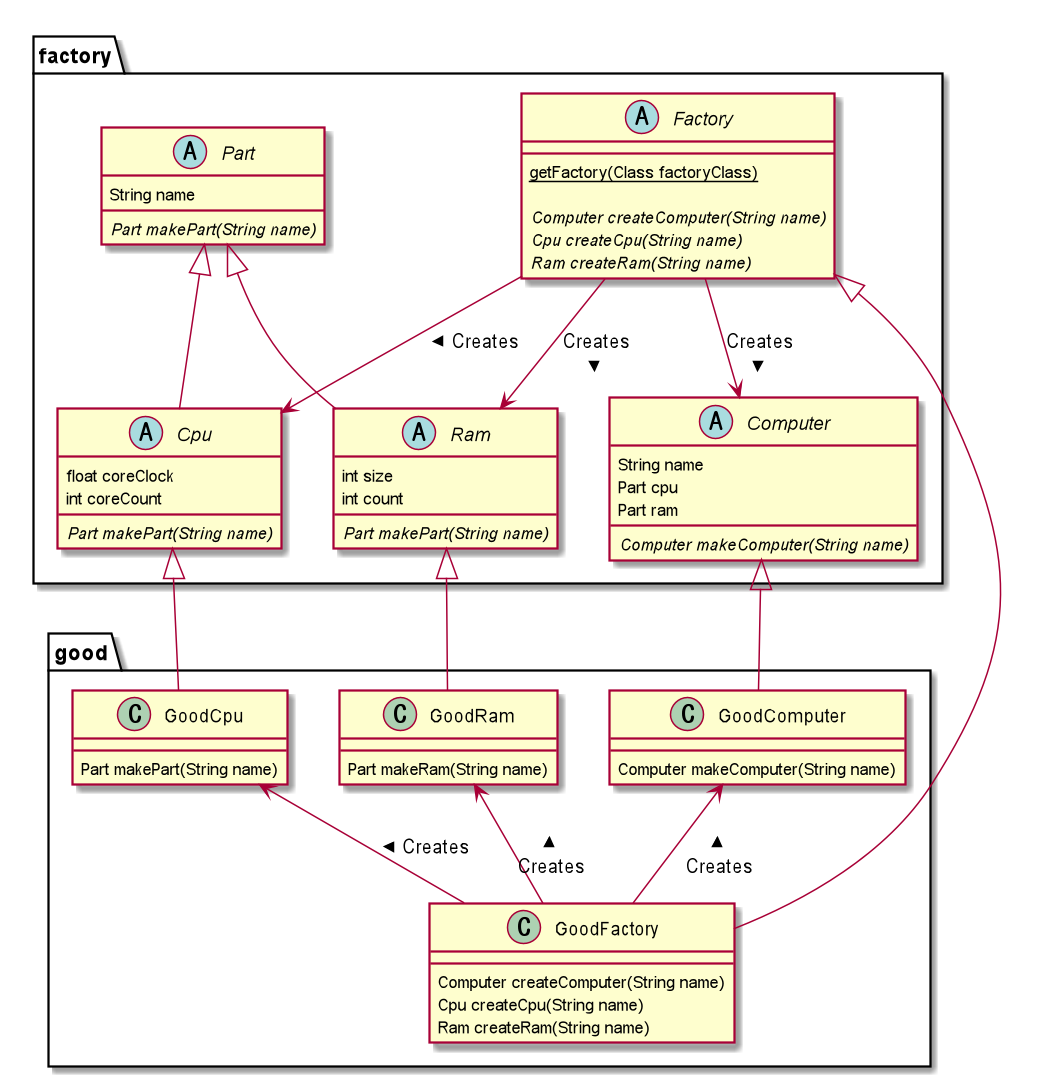
The PlantUML diagram img/designpattern/2/concept_abstractfactory_2.png in windowforsun/blog, before a commit.
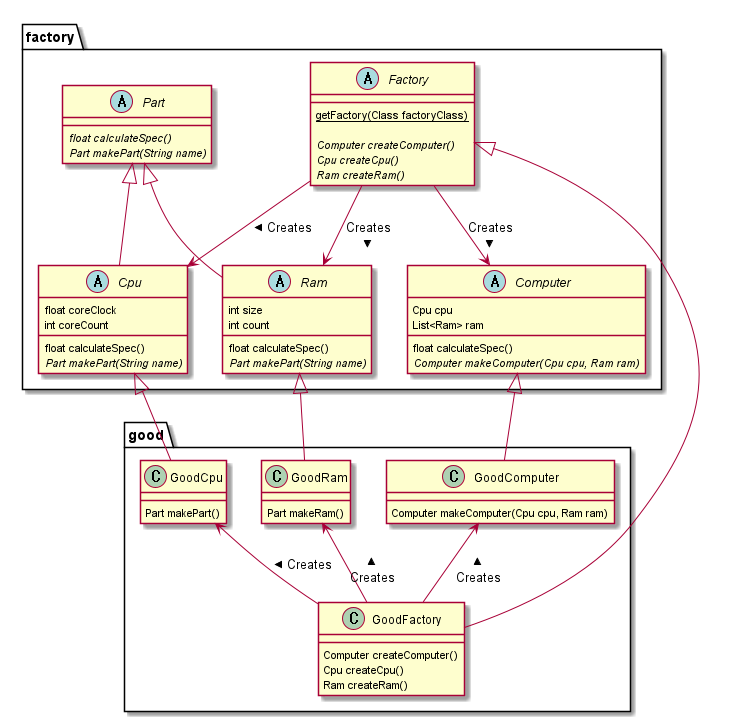
Above is the later version.

Commit message:
abstract factory 패턴 작성

Change to the diagram source:
```diff
@@ -2,8 +2,7 @@
 
 package factory <<Folder>> {
 	abstract class Part {
-		String name
-
+		{abstract} float calculateSpec()
 		{abstract} Part makePart(String name)
 	}
 
@@ -11,6 +10,7 @@
 		float coreClock
 		int coreCount
 
+		float calculateSpec()
 		{abstract} Part makePart(String name)
 	}
 
@@ -18,43 +18,44 @@
 		int size
 		int count
 
+		float calculateSpec()
 		{abstract} Part makePart(String name)
 	}
 
 	abstract class Computer {
-		String name
-		Part cpu
-		Part ram
+		Cpu cpu
+		List<Ram> ram
 
-		{abstract} Computer makeComputer(String name)
+		float calculateSpec()
+		{abstract} Computer makeComputer(Cpu cpu, Ram ram)
 	}
 
 	abstract class Factory {
 		{static} getFactory(Class factoryClass)
 
-		{abstract} Computer createComputer(String name)
-		{abstract} Cpu createCpu(String name)
-		{abstract} Ram createRam(String name)
+		{abstract} Computer createComputer()
+		{abstract} Cpu createCpu()
+		{abstract} Ram createRam()
 	}
 }
 
 package good <<folder>> {
 	class GoodCpu {
-		Part makePart(String name)
+		Part makePart()
 	}
 
 	class GoodRam {
-		Part makeRam(String name)
+		Part makeRam()
 	}
 
 	class GoodComputer {
-		Computer makeComputer(String name)
+		Computer makeComputer(Cpu cpu, Ram ram)
 	}
 
 	class GoodFactory {
-		Computer createComputer(String name)
-		Cpu createCpu(String name)
-		Ram createRam(String name)
+		Computer createComputer()
+		Cpu createCpu()
+		Ram createRam()
 	}
 }
 
```
